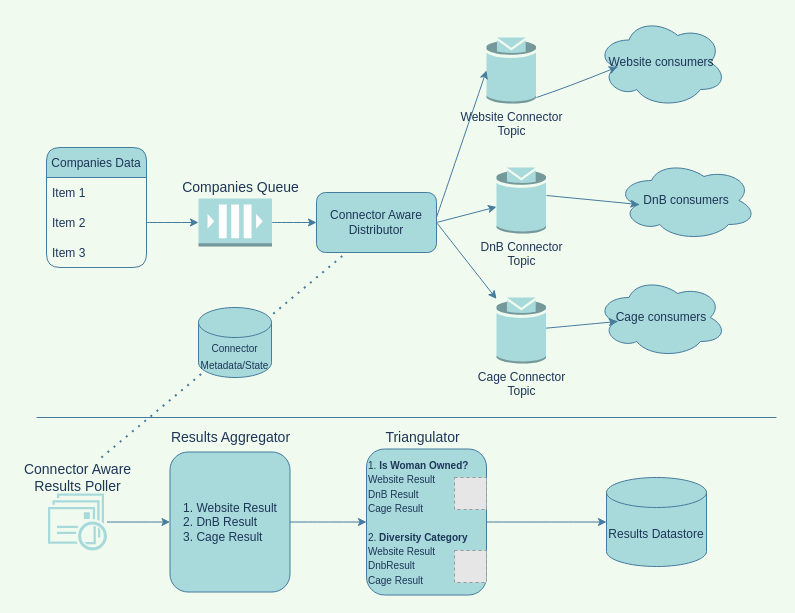
Earlier version of the draw.io diagram System_Overview_1.drawio (nanand83/wftechhakathon22). Source tidied: cells renumbered, new cells numbered last; positions are measured from the earlier drawing's top-left corner, leaving out a move shared by most shapes. Both pictures are drawn from the tidied source at 100%, with x=0, y=0 at pixel (17, 17). Pictures stored in the file or linked from it are replaced by grey dashed boxes.
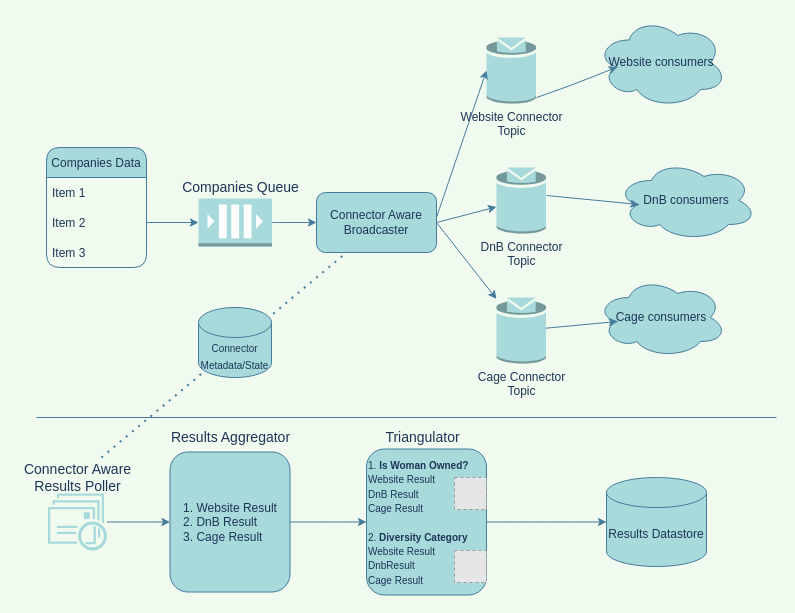
After the change.

The edit, as a diff of the source:
```diff
@@
-    <mxCell id="9" value="Connector Aware Distributor" style="rounded=1;whiteSpace=wrap;html=1;fillColor=#A8DADC;strokeColor=#457B9D;fontColor=#1D3557;" parent="1" vertex="1">
+    <mxCell id="9" value="Connector Aware Broadcaster" style="rounded=1;whiteSpace=wrap;html=1;fillColor=#A8DADC;strokeColor=#457B9D;fontColor=#1D3557;" parent="1" vertex="1">
       <mxGeometry x="299" y="175" width="120" height="60" as="geometry" />
     </mxCell>
```
